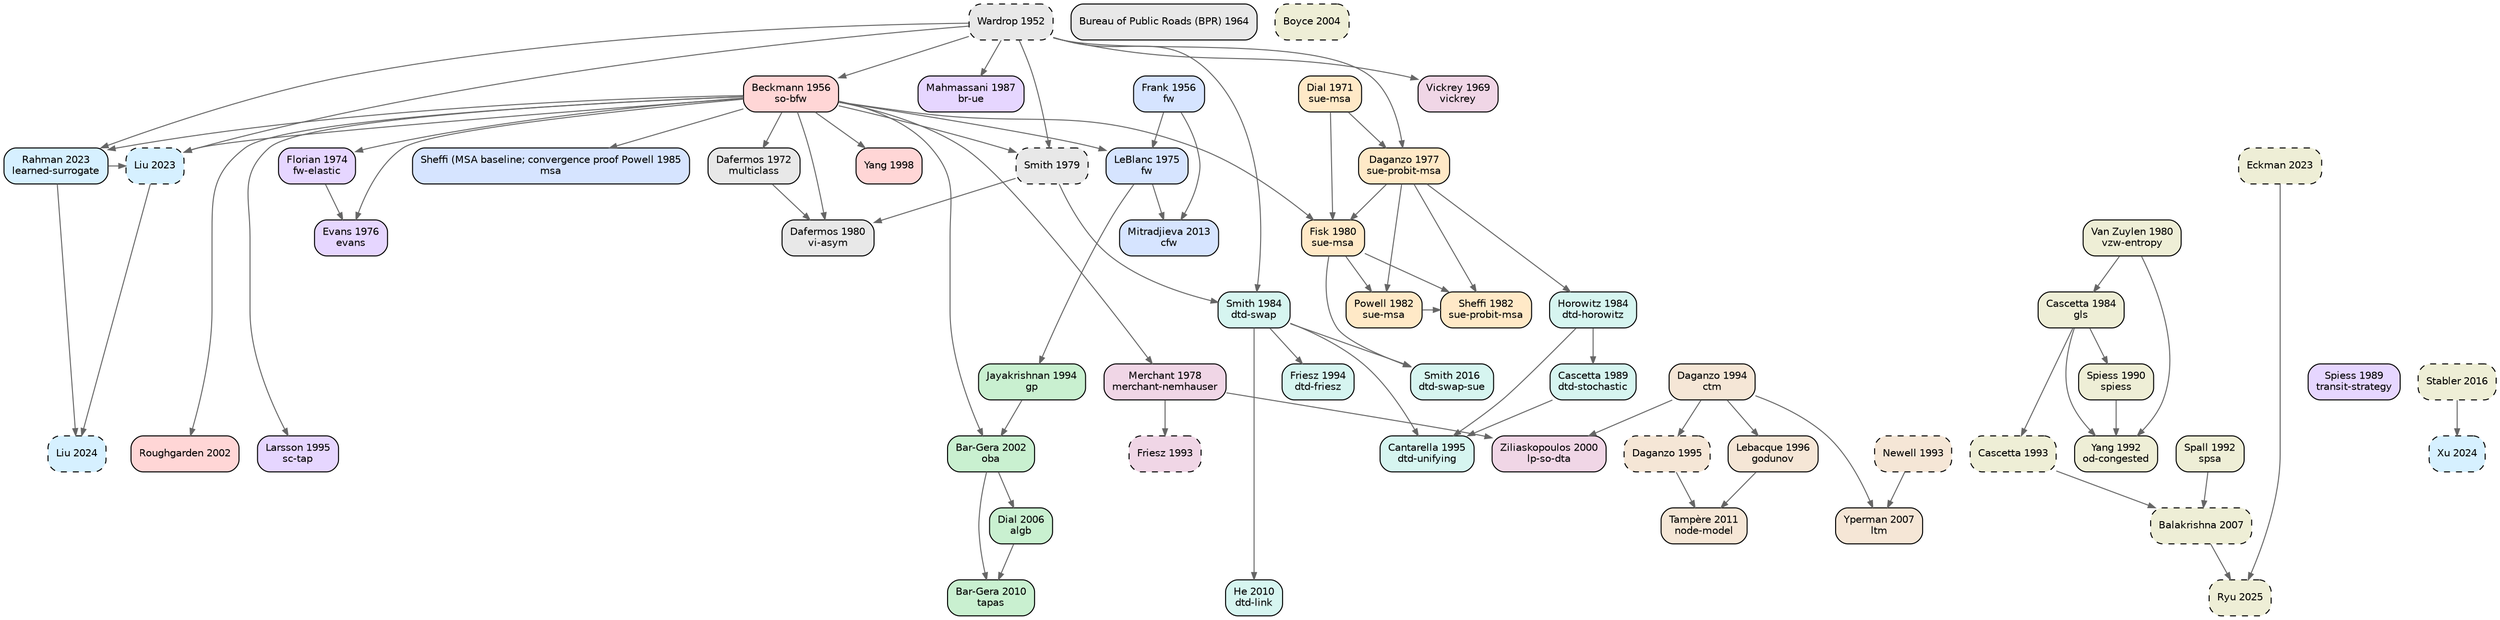
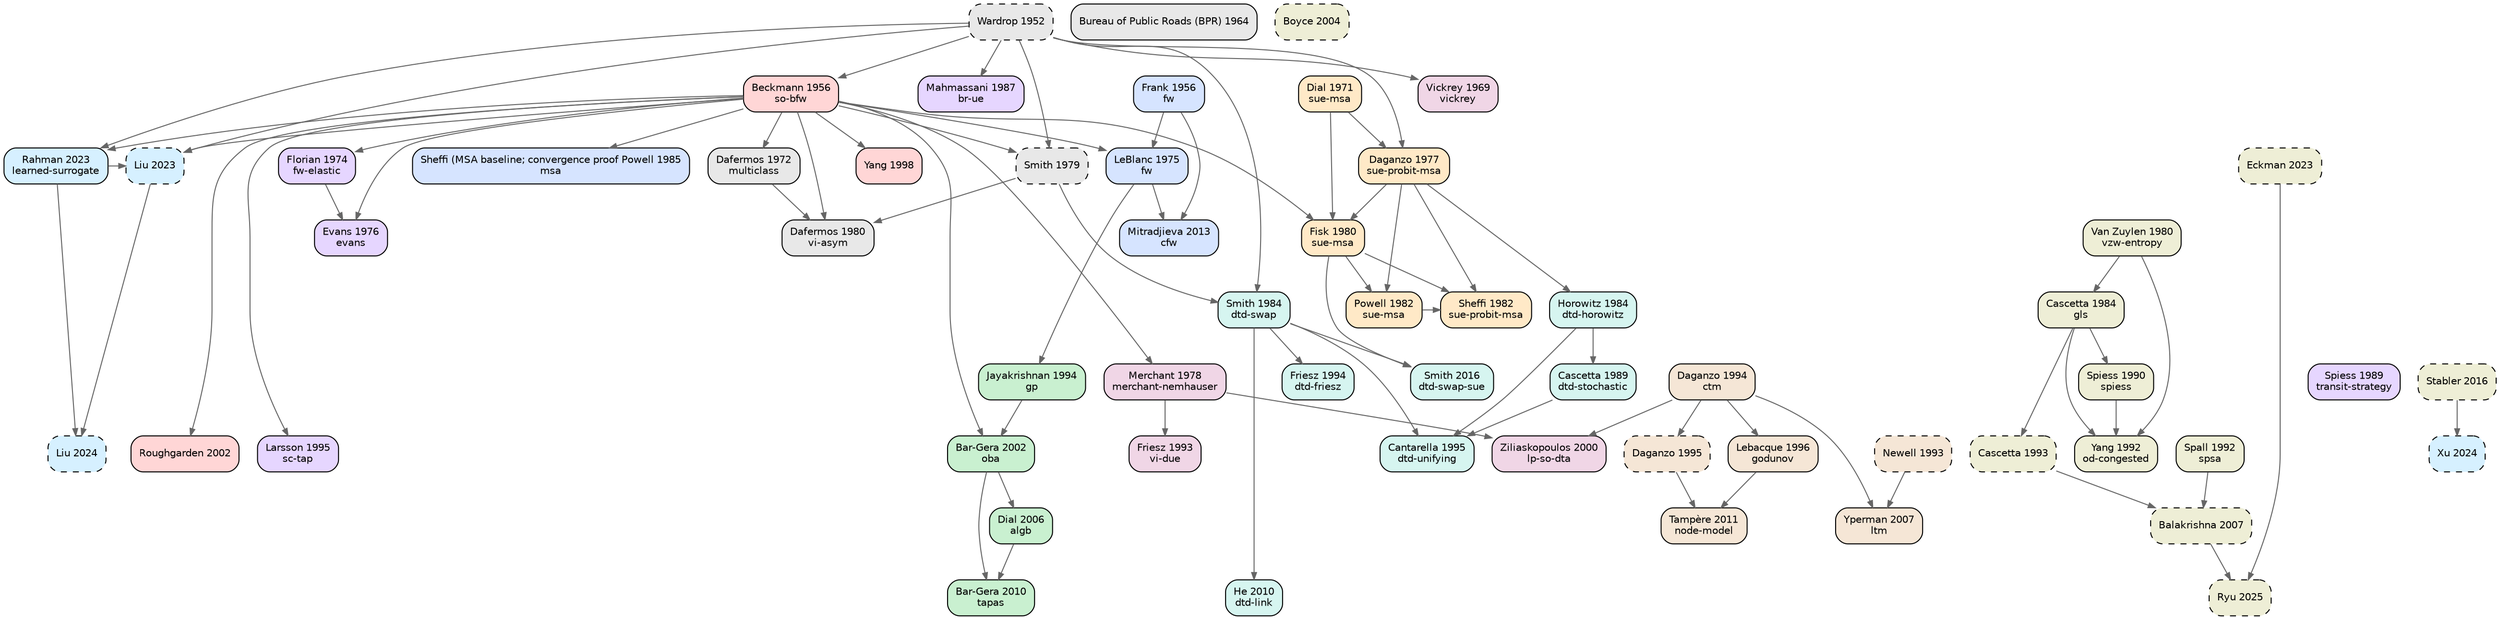
digraph TA_evolution {
  rankdir=TB; node [shape=box,style="rounded,filled",fontname="Helvetica",fontsize=10];
  edge [color="#666666",arrowsize=0.7];
  { rank=same; "wardrop1952some" }
  { rank=same; "frank1956algorithm" "beckmann1956studies" }
  { rank=same; "bpr1964traffic" }
  { rank=same; "vickrey1969congestion" }
  { rank=same; "dial1971probabilistic" }
  { rank=same; "dafermos1972traffic" }
  { rank=same; "florian1974method" }
  { rank=same; "leblanc1975efficient" }
  { rank=same; "evans1976derivation" }
  { rank=same; "daganzo1977stochastic" }
  { rank=same; "merchant1978model" }
  { rank=same; "smith1979existence" }
  { rank=same; "dafermos1980traffic" "fisk1980some" "vanzuylen1980most" }
  { rank=same; "powell1982convergence" "sheffi1982algorithm" }
  { rank=same; "horowitz1984stability" "smith1984stability" "cascetta1984estimation" }
  { rank=same; "sheffi1985urban" }
  { rank=same; "mahmassani1987on" }
  { rank=same; "spiess1989optimal" "cascetta1989stochastic" }
  { rank=same; "spiess1990gradient" }
  { rank=same; "spall1992multivariate" "yang1992estimation" }
  { rank=same; "newell1993simplified" "friesz1993variational" "cascetta1993dynamic" }
  { rank=same; "jayakrishnan1994faster" "friesz1994daytoday" "daganzo1994cell" }
  { rank=same; "larsson1995augmented" "cantarella1995dynamic" "daganzo1995cell" }
  { rank=same; "lebacque1996godunov" }
  { rank=same; "yang1998principle" }
  { rank=same; "ziliaskopoulos2000linear" }
  { rank=same; "bargera2002origin" "roughgarden2002how" }
  { rank=same; "boyce2004convergence" }
  { rank=same; "dial2006path" }
  { rank=same; "yperman2007link" "balakrishna2007offline" }
  { rank=same; "bargera2010traffic" "he2010linkbased" }
  { rank=same; "tampere2011generic" }
  { rank=same; "mitradjieva2013stiff" }
  { rank=same; "smith2016routeswapping" "stabler2016transportation" }
  { rank=same; "liu2023end" "rahman2023data" "eckman2023simopt" }
  { rank=same; "liu2024end" "xu2024unified" }
  { rank=same; "ryu2025bo4mob" }
  "wardrop1952some" [label="Wardrop 1952\n",fillcolor="#e8e8e8",style="rounded,filled,dashed"];
  "bpr1964traffic" [label="Bureau of Public Roads (BPR) 1964\n",fillcolor="#e8e8e8",style="rounded,filled"];
  "dafermos1972traffic" [label="Dafermos 1972\nmulticlass",fillcolor="#e8e8e8",style="rounded,filled"];
  "smith1979existence" [label="Smith 1979\n",fillcolor="#e8e8e8",style="rounded,filled,dashed"];
  "dafermos1980traffic" [label="Dafermos 1980\nvi-asym",fillcolor="#e8e8e8",style="rounded,filled"];
  "frank1956algorithm" [label="Frank 1956\nfw",fillcolor="#d6e4ff",style="rounded,filled"];
  "leblanc1975efficient" [label="LeBlanc 1975\nfw",fillcolor="#d6e4ff",style="rounded,filled"];
  "sheffi1985urban" [label="Sheffi (MSA baseline; convergence proof Powell 1985\nmsa",fillcolor="#d6e4ff",style="rounded,filled"];
  "mitradjieva2013stiff" [label="Mitradjieva 2013\ncfw",fillcolor="#d6e4ff",style="rounded,filled"];
  "jayakrishnan1994faster" [label="Jayakrishnan 1994\ngp",fillcolor="#c9f0d0",style="rounded,filled"];
  "bargera2002origin" [label="Bar-Gera 2002\noba",fillcolor="#c9f0d0",style="rounded,filled"];
  "dial2006path" [label="Dial 2006\nalgb",fillcolor="#c9f0d0",style="rounded,filled"];
  "bargera2010traffic" [label="Bar-Gera 2010\ntapas",fillcolor="#c9f0d0",style="rounded,filled"];
  "dial1971probabilistic" [label="Dial 1971\nsue-msa",fillcolor="#ffe9c7",style="rounded,filled"];
  "daganzo1977stochastic" [label="Daganzo 1977\nsue-probit-msa",fillcolor="#ffe9c7",style="rounded,filled"];
  "fisk1980some" [label="Fisk 1980\nsue-msa",fillcolor="#ffe9c7",style="rounded,filled"];
  "powell1982convergence" [label="Powell 1982\nsue-msa",fillcolor="#ffe9c7",style="rounded,filled"];
  "sheffi1982algorithm" [label="Sheffi 1982\nsue-probit-msa",fillcolor="#ffe9c7",style="rounded,filled"];
  "beckmann1956studies" [label="Beckmann 1956\nso-bfw",fillcolor="#ffd6d6",style="rounded,filled"];
  "yang1998principle" [label="Yang 1998\n",fillcolor="#ffd6d6",style="rounded,filled"];
  "roughgarden2002how" [label="Roughgarden 2002\n",fillcolor="#ffd6d6",style="rounded,filled"];
  "florian1974method" [label="Florian 1974\nfw-elastic",fillcolor="#e6d6ff",style="rounded,filled"];
  "evans1976derivation" [label="Evans 1976\nevans",fillcolor="#e6d6ff",style="rounded,filled"];
  "mahmassani1987on" [label="Mahmassani 1987\nbr-ue",fillcolor="#e6d6ff",style="rounded,filled"];
  "spiess1989optimal" [label="Spiess 1989\ntransit-strategy",fillcolor="#e6d6ff",style="rounded,filled"];
  "larsson1995augmented" [label="Larsson 1995\nsc-tap",fillcolor="#e6d6ff",style="rounded,filled"];
  "horowitz1984stability" [label="Horowitz 1984\ndtd-horowitz",fillcolor="#d6f5f0",style="rounded,filled"];
  "smith1984stability" [label="Smith 1984\ndtd-swap",fillcolor="#d6f5f0",style="rounded,filled"];
  "cascetta1989stochastic" [label="Cascetta 1989\ndtd-stochastic",fillcolor="#d6f5f0",style="rounded,filled"];
  "friesz1994daytoday" [label="Friesz 1994\ndtd-friesz",fillcolor="#d6f5f0",style="rounded,filled"];
  "cantarella1995dynamic" [label="Cantarella 1995\ndtd-unifying",fillcolor="#d6f5f0",style="rounded,filled"];
  "he2010linkbased" [label="He 2010\ndtd-link",fillcolor="#d6f5f0",style="rounded,filled"];
  "smith2016routeswapping" [label="Smith 2016\ndtd-swap-sue",fillcolor="#d6f5f0",style="rounded,filled"];
  "newell1993simplified" [label="Newell 1993\n",fillcolor="#f5e6d6",style="rounded,filled,dashed"];
  "daganzo1994cell" [label="Daganzo 1994\nctm",fillcolor="#f5e6d6",style="rounded,filled"];
  "daganzo1995cell" [label="Daganzo 1995\n",fillcolor="#f5e6d6",style="rounded,filled,dashed"];
  "lebacque1996godunov" [label="Lebacque 1996\ngodunov",fillcolor="#f5e6d6",style="rounded,filled"];
  "yperman2007link" [label="Yperman 2007\nltm",fillcolor="#f5e6d6",style="rounded,filled"];
  "tampere2011generic" [label="Tampère 2011\nnode-model",fillcolor="#f5e6d6",style="rounded,filled"];
  "vickrey1969congestion" [label="Vickrey 1969\nvickrey",fillcolor="#f0d6e6",style="rounded,filled"];
  "merchant1978model" [label="Merchant 1978\nmerchant-nemhauser",fillcolor="#f0d6e6",style="rounded,filled"];
-   "friesz1993variational" [label="Friesz 1993\n",fillcolor="#f0d6e6",style="rounded,filled,dashed"];
+   "friesz1993variational" [label="Friesz 1993\nvi-due",fillcolor="#f0d6e6",style="rounded,filled"];
  "ziliaskopoulos2000linear" [label="Ziliaskopoulos 2000\nlp-so-dta",fillcolor="#f0d6e6",style="rounded,filled"];
  "liu2023end" [label="Liu 2023\n",fillcolor="#d6f0ff",style="rounded,filled,dashed"];
  "rahman2023data" [label="Rahman 2023\nlearned-surrogate",fillcolor="#d6f0ff",style="rounded,filled"];
  "liu2024end" [label="Liu 2024\n",fillcolor="#d6f0ff",style="rounded,filled,dashed"];
  "xu2024unified" [label="Xu 2024\n",fillcolor="#d6f0ff",style="rounded,filled,dashed"];
  "vanzuylen1980most" [label="Van Zuylen 1980\nvzw-entropy",fillcolor="#eeeed6",style="rounded,filled"];
  "cascetta1984estimation" [label="Cascetta 1984\ngls",fillcolor="#eeeed6",style="rounded,filled"];
  "spiess1990gradient" [label="Spiess 1990\nspiess",fillcolor="#eeeed6",style="rounded,filled"];
  "spall1992multivariate" [label="Spall 1992\nspsa",fillcolor="#eeeed6",style="rounded,filled"];
  "yang1992estimation" [label="Yang 1992\nod-congested",fillcolor="#eeeed6",style="rounded,filled"];
  "cascetta1993dynamic" [label="Cascetta 1993\n",fillcolor="#eeeed6",style="rounded,filled,dashed"];
  "boyce2004convergence" [label="Boyce 2004\n",fillcolor="#eeeed6",style="rounded,filled,dashed"];
  "balakrishna2007offline" [label="Balakrishna 2007\n",fillcolor="#eeeed6",style="rounded,filled,dashed"];
  "stabler2016transportation" [label="Stabler 2016\n",fillcolor="#eeeed6",style="rounded,filled,dashed"];
  "eckman2023simopt" [label="Eckman 2023\n",fillcolor="#eeeed6",style="rounded,filled,dashed"];
  "ryu2025bo4mob" [label="Ryu 2025\n",fillcolor="#eeeed6",style="rounded,filled,dashed"];
  "beckmann1956studies" -> "dafermos1972traffic";
  "wardrop1952some" -> "smith1979existence";
  "beckmann1956studies" -> "smith1979existence";
  "smith1979existence" -> "dafermos1980traffic";
  "beckmann1956studies" -> "dafermos1980traffic";
  "dafermos1972traffic" -> "dafermos1980traffic";
  "frank1956algorithm" -> "leblanc1975efficient";
  "beckmann1956studies" -> "leblanc1975efficient";
  "beckmann1956studies" -> "sheffi1985urban";
  "leblanc1975efficient" -> "mitradjieva2013stiff";
  "frank1956algorithm" -> "mitradjieva2013stiff";
  "leblanc1975efficient" -> "jayakrishnan1994faster";
  "jayakrishnan1994faster" -> "bargera2002origin";
  "beckmann1956studies" -> "bargera2002origin";
  "bargera2002origin" -> "dial2006path";
  "dial2006path" -> "bargera2010traffic";
  "bargera2002origin" -> "bargera2010traffic";
  "dial1971probabilistic" -> "daganzo1977stochastic";
  "wardrop1952some" -> "daganzo1977stochastic";
  "daganzo1977stochastic" -> "fisk1980some";
  "dial1971probabilistic" -> "fisk1980some";
  "beckmann1956studies" -> "fisk1980some";
  "fisk1980some" -> "powell1982convergence";
  "daganzo1977stochastic" -> "powell1982convergence";
  "daganzo1977stochastic" -> "sheffi1982algorithm";
  "powell1982convergence" -> "sheffi1982algorithm";
  "fisk1980some" -> "sheffi1982algorithm";
  "wardrop1952some" -> "beckmann1956studies";
  "beckmann1956studies" -> "yang1998principle";
  "beckmann1956studies" -> "roughgarden2002how";
  "beckmann1956studies" -> "florian1974method";
  "beckmann1956studies" -> "evans1976derivation";
  "florian1974method" -> "evans1976derivation";
  "wardrop1952some" -> "mahmassani1987on";
  "beckmann1956studies" -> "larsson1995augmented";
  "daganzo1977stochastic" -> "horowitz1984stability";
  "smith1979existence" -> "smith1984stability";
  "wardrop1952some" -> "smith1984stability";
  "horowitz1984stability" -> "cascetta1989stochastic";
  "smith1984stability" -> "friesz1994daytoday";
  "cascetta1989stochastic" -> "cantarella1995dynamic";
  "smith1984stability" -> "cantarella1995dynamic";
  "horowitz1984stability" -> "cantarella1995dynamic";
  "smith1984stability" -> "he2010linkbased";
  "smith1984stability" -> "smith2016routeswapping";
  "fisk1980some" -> "smith2016routeswapping";
  "daganzo1994cell" -> "daganzo1995cell";
  "daganzo1994cell" -> "lebacque1996godunov";
  "newell1993simplified" -> "yperman2007link";
  "daganzo1994cell" -> "yperman2007link";
  "daganzo1995cell" -> "tampere2011generic";
  "lebacque1996godunov" -> "tampere2011generic";
  "wardrop1952some" -> "vickrey1969congestion";
  "beckmann1956studies" -> "merchant1978model";
  "merchant1978model" -> "friesz1993variational";
  "merchant1978model" -> "ziliaskopoulos2000linear";
  "daganzo1994cell" -> "ziliaskopoulos2000linear";
  "rahman2023data" -> "liu2023end";
  "beckmann1956studies" -> "liu2023end";
  "wardrop1952some" -> "liu2023end";
  "wardrop1952some" -> "rahman2023data";
  "beckmann1956studies" -> "rahman2023data";
  "rahman2023data" -> "liu2024end";
  "liu2023end" -> "liu2024end";
  "stabler2016transportation" -> "xu2024unified";
  "vanzuylen1980most" -> "cascetta1984estimation";
  "cascetta1984estimation" -> "spiess1990gradient";
  "cascetta1984estimation" -> "yang1992estimation";
  "spiess1990gradient" -> "yang1992estimation";
  "vanzuylen1980most" -> "yang1992estimation";
  "cascetta1984estimation" -> "cascetta1993dynamic";
  "spall1992multivariate" -> "balakrishna2007offline";
  "cascetta1993dynamic" -> "balakrishna2007offline";
  "eckman2023simopt" -> "ryu2025bo4mob";
  "balakrishna2007offline" -> "ryu2025bo4mob";
}
